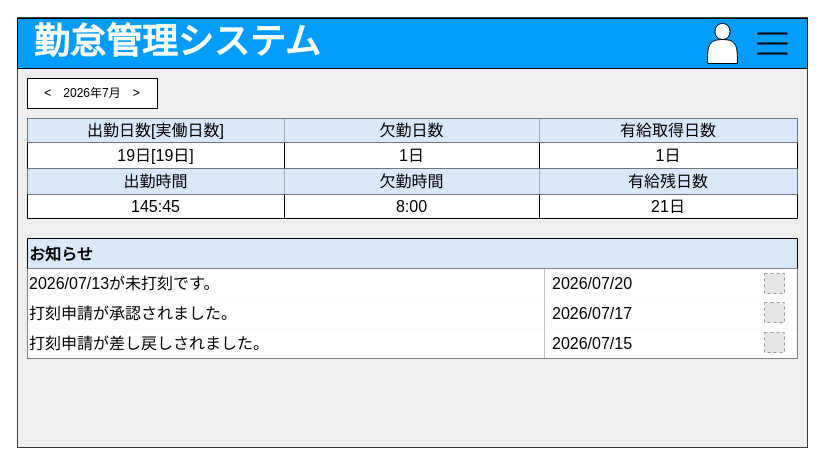
Above: docs/screen/screen_layout/AS002.drawio in youkobaske/agentSupport-attendanceSystem (draw.io), before the change. Source tidied: cells renumbered, new cells numbered last; positions are measured from the earlier drawing's top-left corner, leaving out a move shared by most shapes. Both pictures are drawn from the tidied source at 100%, with x=0, y=0 at pixel (17, 17). Pictures stored in the file or linked from it are replaced by grey dashed boxes.
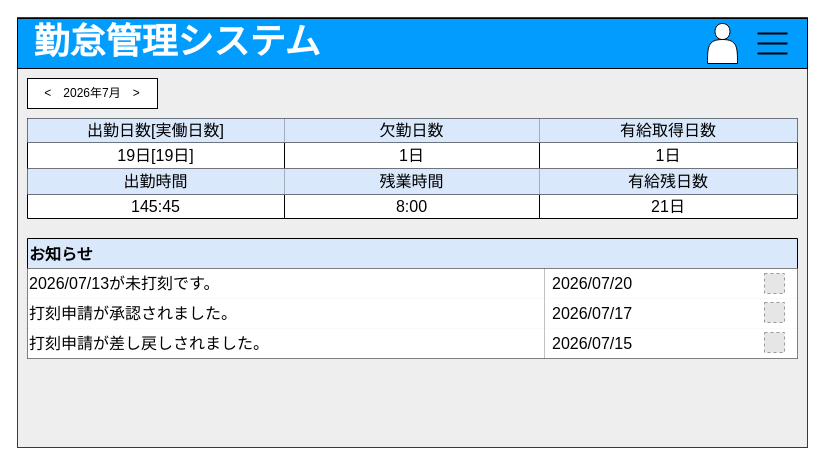
Above is the later version.

Commit message (it also covers changes not shown here):
欠勤時間を残業時間に変更

Unchanged cells that the change refers to:
```xml
<mxCell id="20" style="shape=tableRow;horizontal=0;startSize=0;swimlaneHead=0;swimlaneBody=0;strokeColor=inherit;top=0;left=0;bottom=0;right=0;fillColor=none;fontSize=16;" parent="11" vertex="1">
  <mxGeometry y="50" width="770" height="26" as="geometry" />
</mxCell>
```

Diff of the diagram source:
```diff
@@
-    <mxCell id="22" value="欠勤時間" style="shape=partialRectangle;html=1;whiteSpace=wrap;strokeColor=#6c8ebf;overflow=hidden;fillColor=#dae8fc;top=0;left=0;bottom=0;right=0;fontSize=16;" parent="20" vertex="1">
+    <mxCell id="22" value="残業時間" style="shape=partialRectangle;html=1;whiteSpace=wrap;strokeColor=#6c8ebf;overflow=hidden;fillColor=#dae8fc;top=0;left=0;bottom=0;right=0;fontSize=16;" parent="20" vertex="1">
       <mxGeometry x="257" width="255" height="26" as="geometry" />
     </mxCell>
```
